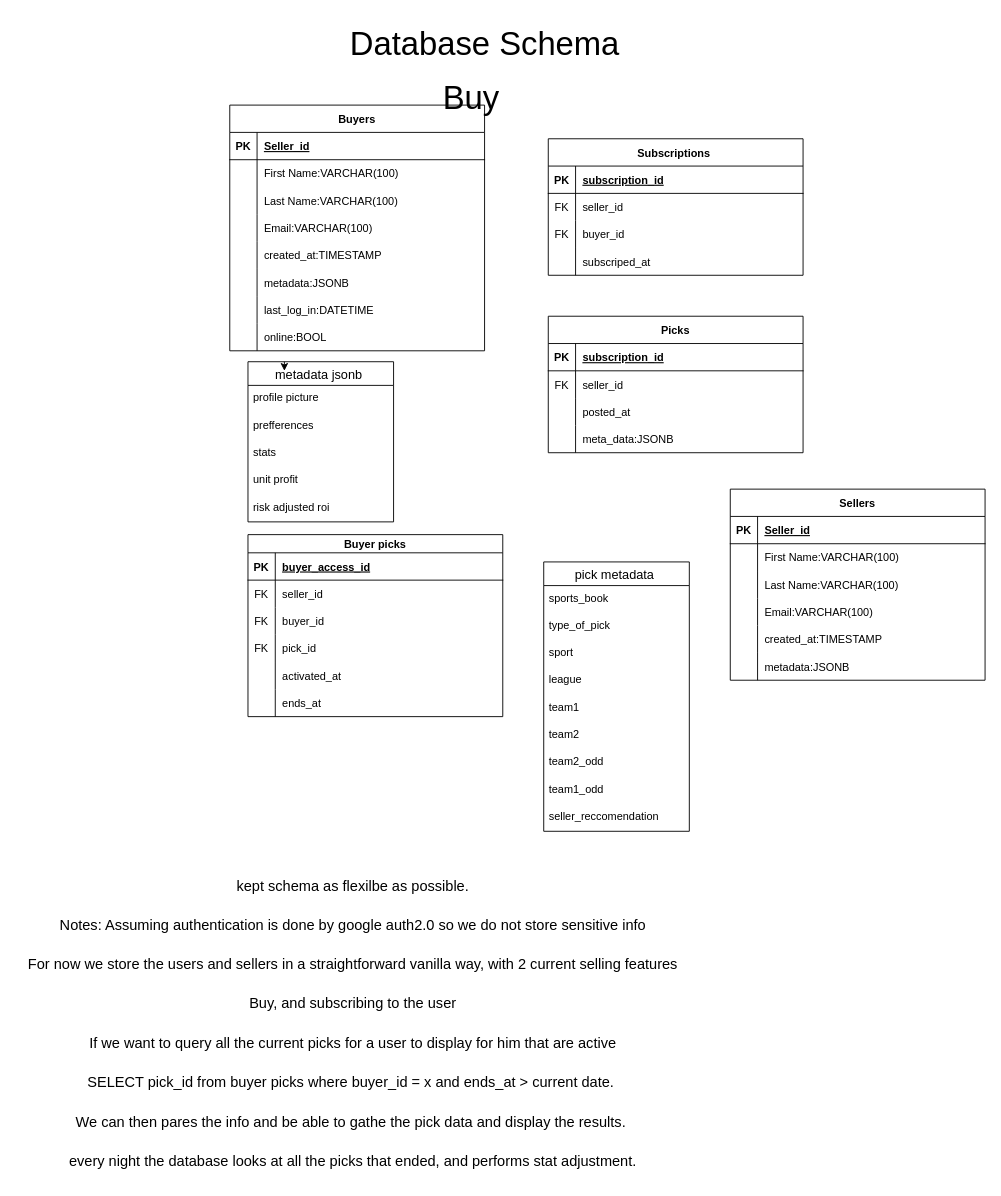
Before: docs/data_base_schema.drawio in PixRUs/WebApp, a draw.io diagram. Source tidied: cells renumbered, new cells numbered last; positions are measured from the earlier drawing's top-left corner, leaving out a move shared by most shapes. Both pictures are drawn from the tidied source at 91%, with x=0, y=0 at pixel (15, 15).
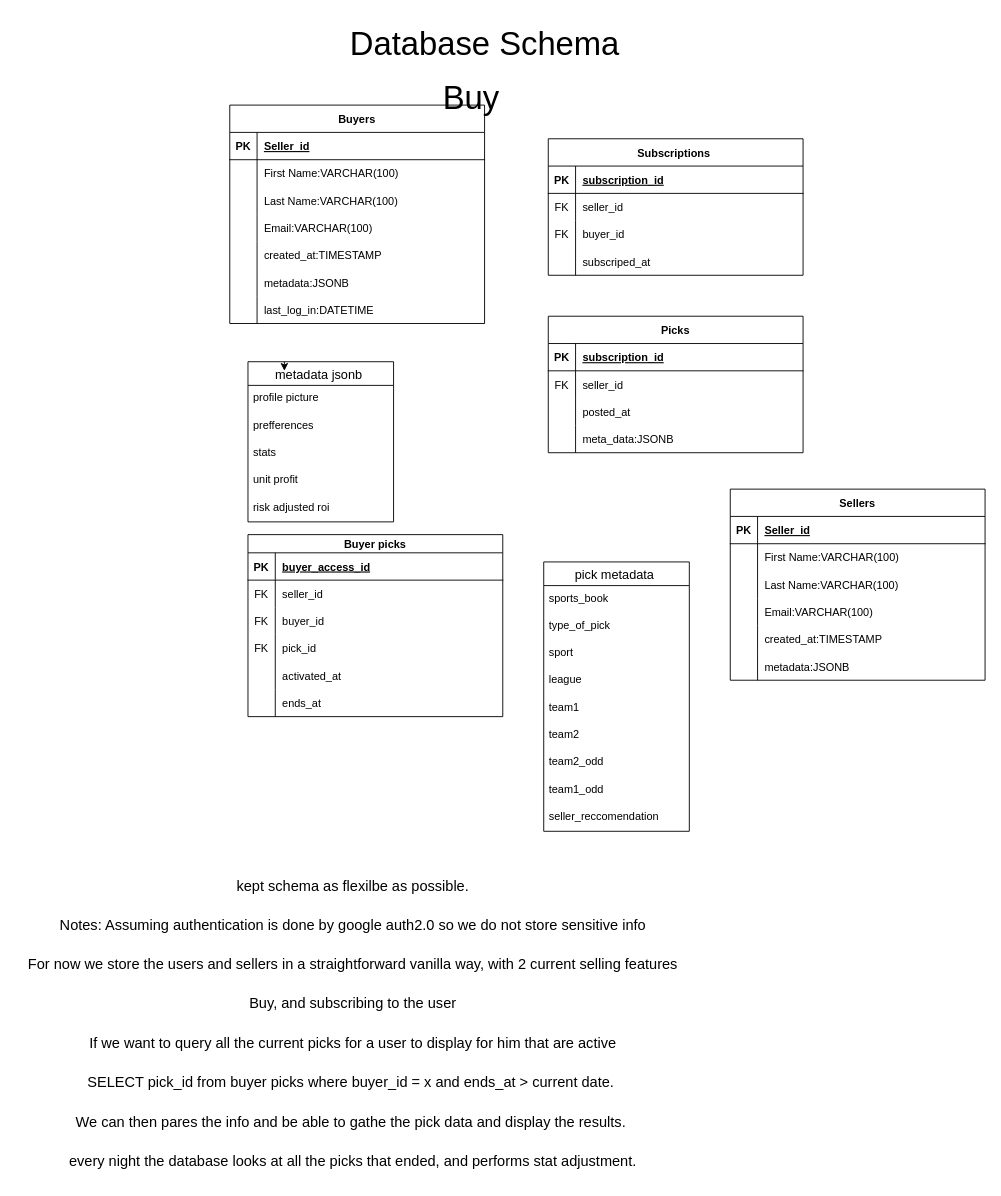
After the change.

What changed in the source:
```diff
@@
     <mxCell id="3" value="Buyers" style="shape=table;startSize=30;childLayout=tableLayout;rowLines=0;fontStyle=1;align=center;" parent="1" vertex="1">
-      <mxGeometry x="235" y="98" width="280" height="270" as="geometry" />
+      <mxGeometry x="235" y="98" width="280" height="240" as="geometry" />
     </mxCell>
@@
-    <mxCell id="25" style="shape=tableRow;horizontal=0;startSize=0;swimlaneHead=0;swimlaneBody=0;fillColor=none;top=0;left=0;right=0;bottom=0;" parent="3" vertex="1">
-      <mxGeometry y="240" width="280" height="30" as="geometry" />
-    </mxCell>
-    <mxCell id="26" style="shape=partialRectangle;fillColor=none;top=0;left=0;bottom=0;right=0;overflow=hidden;" parent="25" vertex="1">
-      <mxGeometry width="30" height="30" as="geometry" />
-    </mxCell>
-    <mxCell id="27" value="online:BOOL " style="shape=partialRectangle;fillColor=none;top=0;left=0;bottom=0;right=0;align=left;spacingLeft=6;overflow=hidden;" parent="25" vertex="1">
-      <mxGeometry x="30" width="250" height="30" as="geometry" />
-    </mxCell>
```
